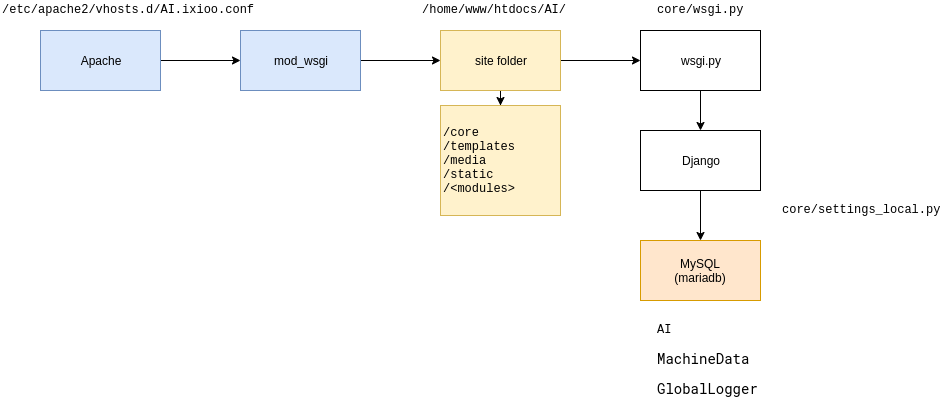
Above: docs/AI-install.png in vitalfadeev/AI (draw.io), before the change. Source tidied: cells renumbered, new cells last; positions are measured from the earlier drawing's top-left corner, leaving out a move shared by most shapes. The source it was exported from:
```xml
<mxGraphModel>
  <root>
    <mxCell id="0" />
    <mxCell id="1" parent="0" />
    <mxCell id="2" style="edgeStyle=orthogonalEdgeStyle;rounded=0;jettySize=auto;html=1;exitX=0.5;exitY=1;exitDx=0;exitDy=0;entryX=0.5;entryY=0;entryDx=0;entryDy=0;" parent="1" edge="1" source="3" target="13">
      <mxGeometry relative="1" as="geometry" />
    </mxCell>
    <mxCell id="3" value="Django" style="rounded=0;whiteSpace=wrap;html=1;" parent="1" vertex="1">
      <mxGeometry x="640" y="130" width="120" height="60" as="geometry" />
    </mxCell>
    <mxCell id="4" style="edgeStyle=orthogonalEdgeStyle;rounded=0;jettySize=auto;html=1;" parent="1" edge="1" source="5" target="7">
      <mxGeometry relative="1" as="geometry" />
    </mxCell>
    <mxCell id="5" value="Apache" style="rounded=0;whiteSpace=wrap;html=1;fillColor=#dae8fc;strokeColor=#6c8ebf;" parent="1" vertex="1">
      <mxGeometry x="40" y="30" width="120" height="60" as="geometry" />
    </mxCell>
    <mxCell id="6" style="edgeStyle=orthogonalEdgeStyle;rounded=0;jettySize=auto;html=1;" parent="1" edge="1" source="7" target="10">
      <mxGeometry relative="1" as="geometry" />
    </mxCell>
    <mxCell id="7" value="mod_wsgi" style="rounded=0;whiteSpace=wrap;html=1;fillColor=#dae8fc;strokeColor=#6c8ebf;" parent="1" vertex="1">
      <mxGeometry x="240" y="30" width="120" height="60" as="geometry" />
    </mxCell>
    <mxCell id="8" style="edgeStyle=orthogonalEdgeStyle;rounded=0;jettySize=auto;html=1;" parent="1" edge="1" source="10" target="12">
      <mxGeometry relative="1" as="geometry" />
    </mxCell>
    <mxCell id="9" style="edgeStyle=orthogonalEdgeStyle;rounded=0;jettySize=auto;html=1;exitX=0.5;exitY=1;exitDx=0;exitDy=0;fontFamily=Courier New;" parent="1" edge="1" source="10" target="19">
      <mxGeometry relative="1" as="geometry" />
    </mxCell>
    <mxCell id="10" value="site folder" style="rounded=0;whiteSpace=wrap;html=1;fillColor=#fff2cc;strokeColor=#d6b656;" parent="1" vertex="1">
      <mxGeometry x="440" y="30" width="120" height="60" as="geometry" />
    </mxCell>
    <mxCell id="11" style="edgeStyle=orthogonalEdgeStyle;rounded=0;jettySize=auto;html=1;exitX=0.5;exitY=1;exitDx=0;exitDy=0;" parent="1" edge="1" source="12" target="3">
      <mxGeometry relative="1" as="geometry" />
    </mxCell>
    <mxCell id="12" value="wsgi.py" style="rounded=0;whiteSpace=wrap;html=1;" parent="1" vertex="1">
      <mxGeometry x="640" y="30" width="120" height="60" as="geometry" />
    </mxCell>
    <mxCell id="13" value="MySQL&lt;br&gt;(mariadb)" style="rounded=0;whiteSpace=wrap;html=1;fillColor=#ffe6cc;strokeColor=#d79b00;" parent="1" vertex="1">
      <mxGeometry x="640" y="240" width="120" height="60" as="geometry" />
    </mxCell>
    <mxCell id="14" value="/etc/apache2/vhosts.d/AI.ixioo.conf" style="text;html=1;align=left;verticalAlign=top;spacingTop=-4;fontFamily=Courier New;" parent="1" vertex="1">
      <mxGeometry width="200" height="20" as="geometry" />
    </mxCell>
    <mxCell id="15" value="/home/www/htdocs/AI/" style="text;html=1;align=left;verticalAlign=top;spacingTop=-4;fontFamily=Courier New;" parent="1" vertex="1">
      <mxGeometry x="420" width="160" height="20" as="geometry" />
    </mxCell>
    <mxCell id="16" value="core/wsgi.py" style="text;html=1;align=left;verticalAlign=top;spacingTop=-4;fontFamily=Courier New;" parent="1" vertex="1">
      <mxGeometry x="655" width="100" height="20" as="geometry" />
    </mxCell>
    <mxCell id="17" value="AI&lt;br&gt;&lt;pre style=&quot;background-color: rgb(255 , 255 , 255) ; font-family: &amp;#34;roboto mono&amp;#34; ; font-size: 10.5pt&quot;&gt;MachineData&lt;/pre&gt;&lt;pre style=&quot;background-color: rgb(255 , 255 , 255) ; font-family: &amp;#34;roboto mono&amp;#34; ; font-size: 10.5pt&quot;&gt;&lt;pre style=&quot;font-family: &amp;#34;roboto mono&amp;#34; ; font-size: 10.5pt&quot;&gt;GlobalLogger&lt;/pre&gt;&lt;/pre&gt;" style="text;html=1;align=left;verticalAlign=top;spacingTop=-4;fontFamily=Courier New;" parent="1" vertex="1">
      <mxGeometry x="655" y="320" width="120" height="90" as="geometry" />
    </mxCell>
    <mxCell id="18" value="core/settings_local.py" style="text;html=1;align=left;verticalAlign=top;spacingTop=-4;fontFamily=Courier New;" parent="1" vertex="1">
      <mxGeometry x="780" y="200" width="170" height="20" as="geometry" />
    </mxCell>
    <mxCell id="19" value="/core&lt;br&gt;/templates&lt;br&gt;/media&lt;br&gt;/static&lt;br&gt;/&amp;lt;modules&amp;gt;" style="rounded=0;whiteSpace=wrap;html=1;fontFamily=Courier New;fillColor=#fff2cc;strokeColor=#d6b656;align=left;" parent="1" vertex="1">
      <mxGeometry x="440" y="105" width="120" height="110" as="geometry" />
    </mxCell>
  </root>
</mxGraphModel>
```
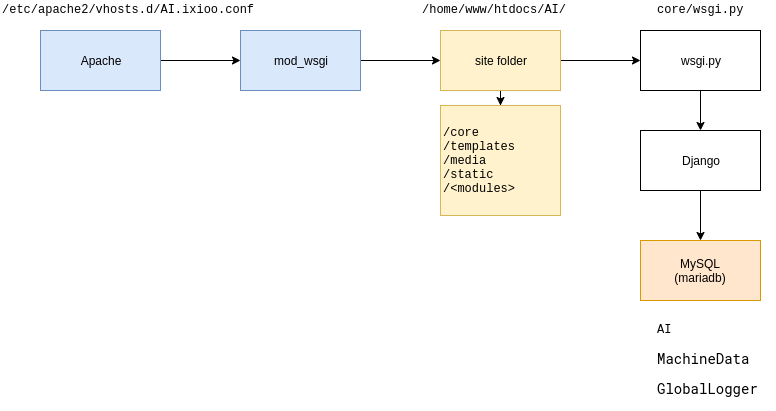
After the change.

Change to the diagram source:
```diff
@@ -50,9 +50,6 @@
     <mxCell id="17" value="AI&lt;br&gt;&lt;pre style=&quot;background-color: rgb(255 , 255 , 255) ; font-family: &amp;#34;roboto mono&amp;#34; ; font-size: 10.5pt&quot;&gt;MachineData&lt;/pre&gt;&lt;pre style=&quot;background-color: rgb(255 , 255 , 255) ; font-family: &amp;#34;roboto mono&amp;#34; ; font-size: 10.5pt&quot;&gt;&lt;pre style=&quot;font-family: &amp;#34;roboto mono&amp;#34; ; font-size: 10.5pt&quot;&gt;GlobalLogger&lt;/pre&gt;&lt;/pre&gt;" style="text;html=1;align=left;verticalAlign=top;spacingTop=-4;fontFamily=Courier New;" parent="1" vertex="1">
       <mxGeometry x="655" y="320" width="120" height="90" as="geometry" />
     </mxCell>
-    <mxCell id="18" value="core/settings_local.py" style="text;html=1;align=left;verticalAlign=top;spacingTop=-4;fontFamily=Courier New;" parent="1" vertex="1">
-      <mxGeometry x="780" y="200" width="170" height="20" as="geometry" />
-    </mxCell>
     <mxCell id="19" value="/core&lt;br&gt;/templates&lt;br&gt;/media&lt;br&gt;/static&lt;br&gt;/&amp;lt;modules&amp;gt;" style="rounded=0;whiteSpace=wrap;html=1;fontFamily=Courier New;fillColor=#fff2cc;strokeColor=#d6b656;align=left;" parent="1" vertex="1">
       <mxGeometry x="440" y="105" width="120" height="110" as="geometry" />
     </mxCell>
```
